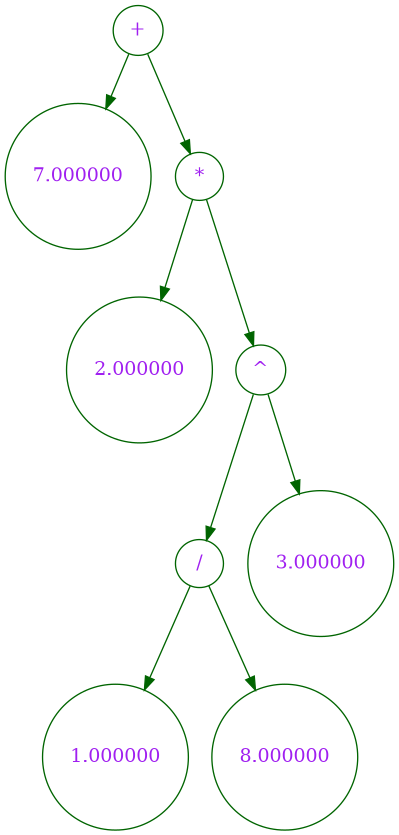
Earlier version of the Graphviz export GraphViz/dump_file.png (Stan1slavssKy/Differentiator). Its source is kept beside it as GraphViz/dump_file.dot.
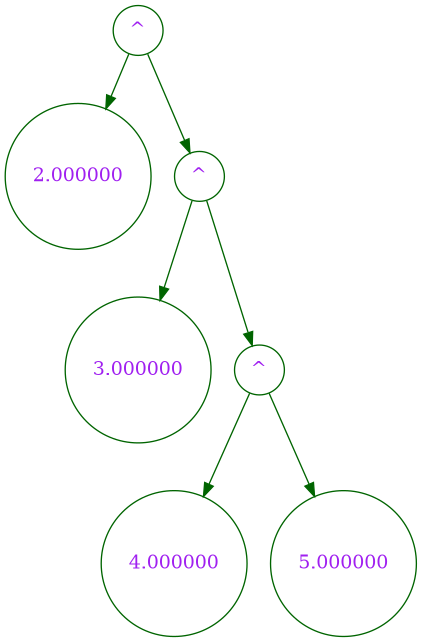
The same file after the commit.

The edit, as a diff of the source:
```diff
@@ -3,12 +3,22 @@
 		node [shape = "circle", color = "darkgreen", fontcolor = "purple"];
 		edge [color = "darkgreen"];
 
-		"+" -> "7.000000";
-		"+" -> "*";
-		"*" -> "2.000000";
-		"*" -> "^";
-		"^" -> "/";
-		"^" -> "3.000000";
-		"/" -> "1.000000";
-		"/" -> "8.000000";
+		"0x4dcf670" [label = "^"];
+		"0x4dcf3d0" [label = "2.000000"];
+		"0x4dcf600" [label = "^"];
+		"0x4dcf670" -> "0x4dcf3d0";
+		"0x4dcf670" -> "0x4dcf600";
+
+		"0x4dcf600" [label = "^"];
+		"0x4dcf440" [label = "3.000000"];
+		"0x4dcf590" [label = "^"];
+		"0x4dcf600" -> "0x4dcf440";
+		"0x4dcf600" -> "0x4dcf590";
+
+		"0x4dcf590" [label = "^"];
+		"0x4dcf4b0" [label = "4.000000"];
+		"0x4dcf520" [label = "5.000000"];
+		"0x4dcf590" -> "0x4dcf4b0";
+		"0x4dcf590" -> "0x4dcf520";
+
 }
```
